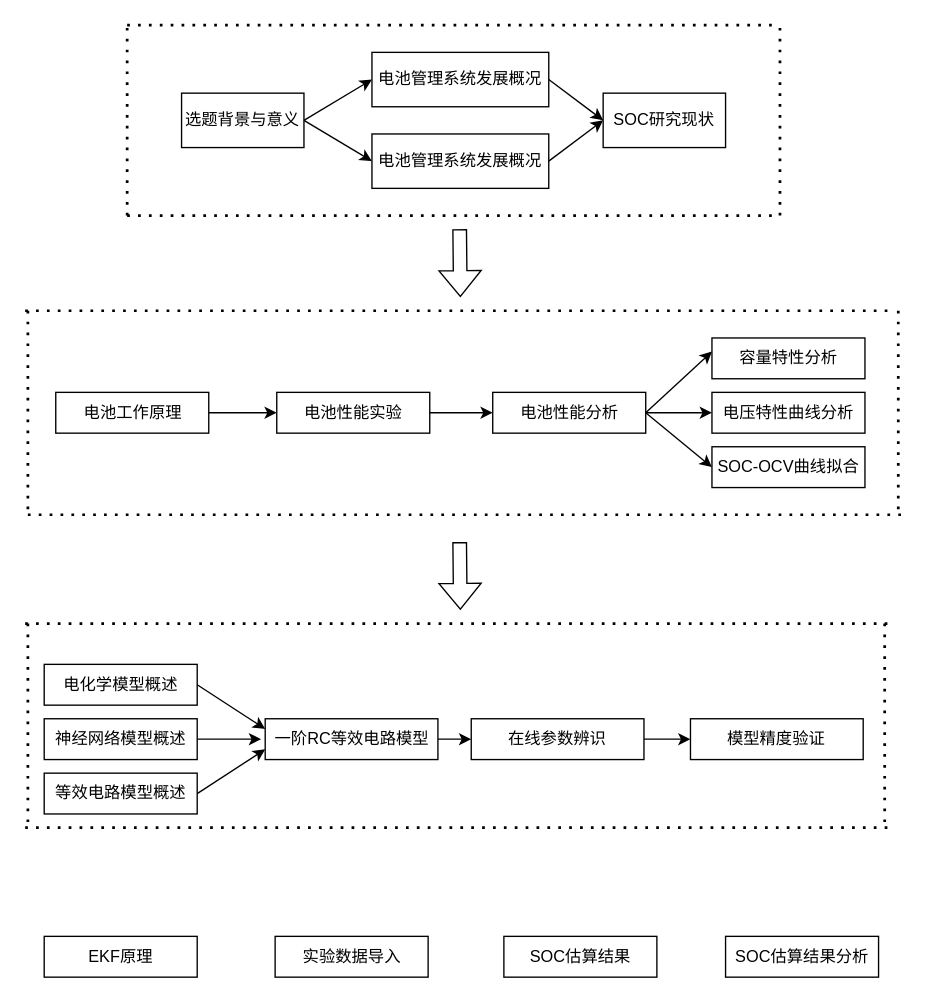
limpuslee/lyricsgithub.io keeps this draw.io diagram as Untitled Diagram.drawio. Above is the earlier version. Source tidied: cells renumbered, new cells numbered last; positions are measured from the earlier drawing's top-left corner, leaving out a move shared by most shapes. Both pictures are drawn from the tidied source at 136%, with x=0, y=0 at pixel (24, 24).
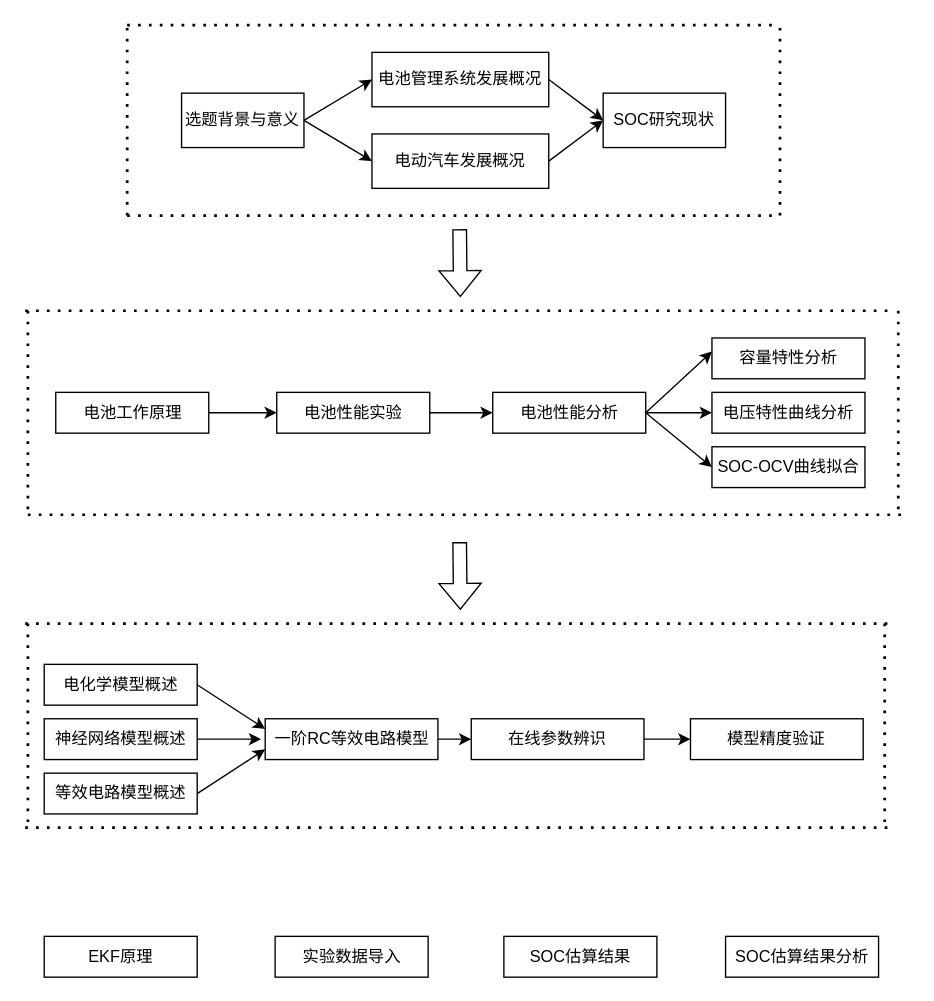
The same diagram, later.

Change to the diagram source:
```diff
@@
-    <mxCell id="4" value="电池管理系统发展概况" style="rounded=0;whiteSpace=wrap;html=1;" parent="1" vertex="1">
+    <mxCell id="4" value="电动汽车发展概况" style="rounded=0;whiteSpace=wrap;html=1;" parent="1" vertex="1">
       <mxGeometry x="255" y="80" width="130" height="40" as="geometry" />
     </mxCell>
```
